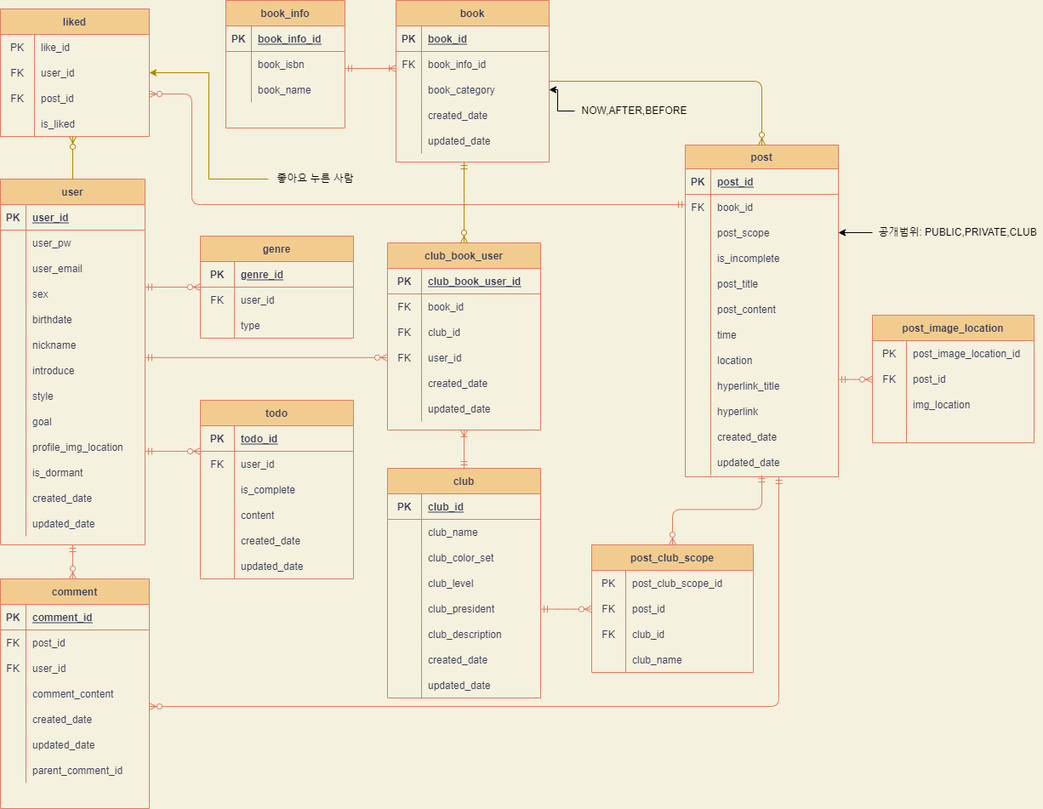
Before: mangpoERD.png, a diagram exported from draw.io (CYC0227/mangpo-ERD). Source tidied: cells renumbered, new cells last; positions are measured from the earlier drawing's top-left corner, leaving out a move shared by most shapes.
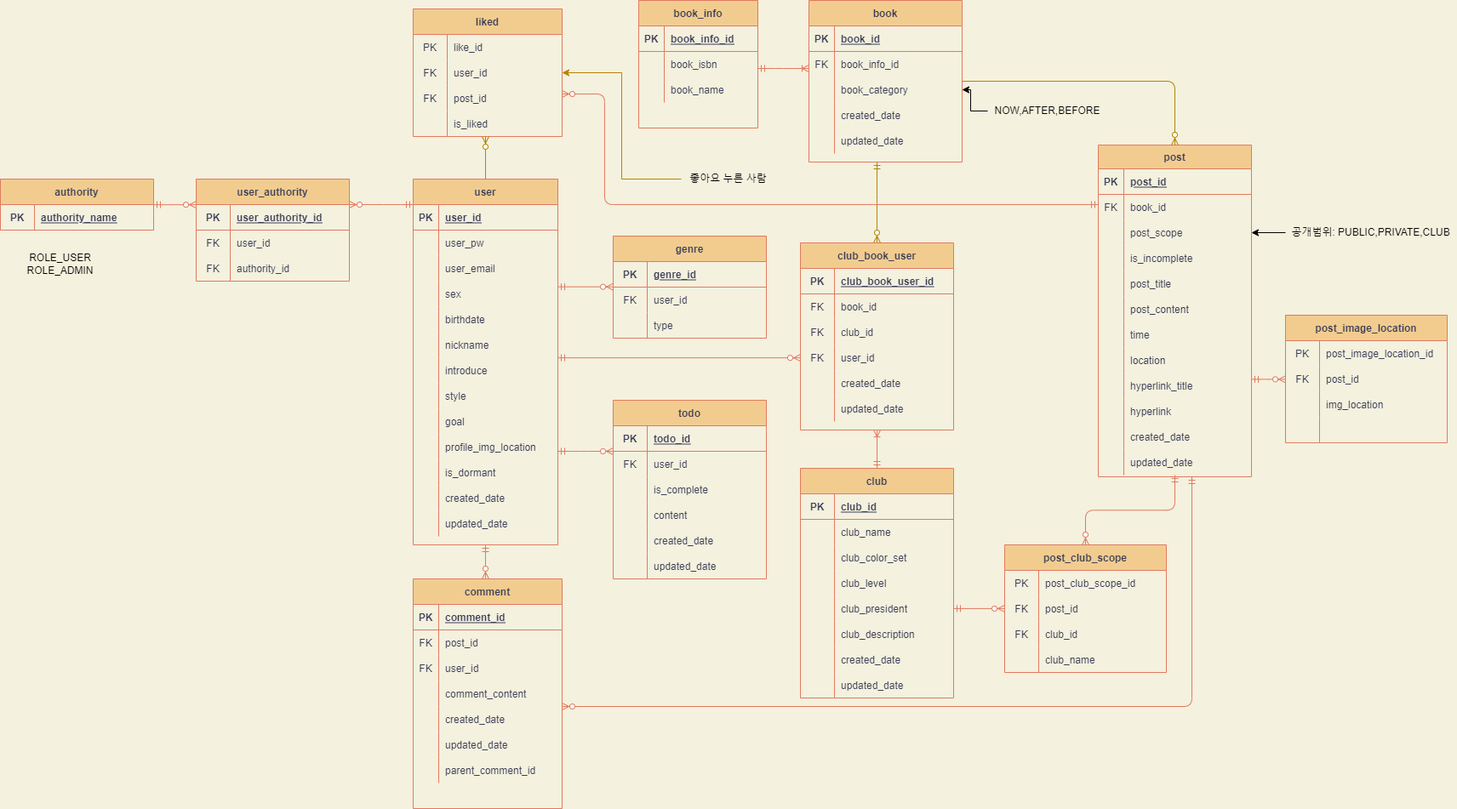
After the commit.

What changed in the source:
```diff
@@ -824,5 +824,60 @@
         </Array>
       </mxGeometry>
     </mxCell>
+    <mxCell id="259" value="authority" style="shape=table;startSize=30;rowLines=0;fontStyle=1;align=center;fillColor=#F2CC8F;strokeColor=#E07A5F;fontColor=#393C56;" parent="1" vertex="1">
+      <mxGeometry x="-485" y="210" width="180" height="60" as="geometry" />
+    </mxCell>
+    <mxCell id="260" style="shape=partialRectangle;fillColor=none;top=0;left=0;bottom=1;right=0;strokeColor=#E07A5F;fontColor=#393C56;" parent="259" vertex="1">
+      <mxGeometry y="30" width="180" height="30" as="geometry" />
+    </mxCell>
+    <mxCell id="261" value="PK" style="shape=partialRectangle;fillColor=none;top=0;left=0;bottom=0;right=0;fontStyle=1;overflow=hidden;strokeColor=#E07A5F;fontColor=#393C56;" parent="260" vertex="1">
+      <mxGeometry width="40" height="30" as="geometry" />
+    </mxCell>
+    <mxCell id="262" value="authority_name" style="shape=partialRectangle;fillColor=none;top=0;left=0;bottom=0;right=0;align=left;spacingLeft=6;fontStyle=5;overflow=hidden;strokeColor=#E07A5F;fontColor=#393C56;" parent="260" vertex="1">
+      <mxGeometry x="40" width="140" height="30" as="geometry" />
+    </mxCell>
+    <mxCell id="263" value="user_authority" style="shape=table;startSize=30;rowLines=0;fontStyle=1;align=center;fillColor=#F2CC8F;strokeColor=#E07A5F;fontColor=#393C56;" parent="1" vertex="1">
+      <mxGeometry x="-255" y="210" width="180" height="120" as="geometry" />
+    </mxCell>
+    <mxCell id="264" style="shape=partialRectangle;fillColor=none;top=0;left=0;bottom=1;right=0;strokeColor=#E07A5F;fontColor=#393C56;" parent="263" vertex="1">
+      <mxGeometry y="30" width="180" height="30" as="geometry" />
+    </mxCell>
+    <mxCell id="265" value="PK" style="shape=partialRectangle;fillColor=none;top=0;left=0;bottom=0;right=0;fontStyle=1;overflow=hidden;strokeColor=#E07A5F;fontColor=#393C56;" parent="264" vertex="1">
+      <mxGeometry width="40" height="30" as="geometry" />
+    </mxCell>
+    <mxCell id="266" value="user_authority_id" style="shape=partialRectangle;fillColor=none;top=0;left=0;bottom=0;right=0;align=left;spacingLeft=6;fontStyle=5;overflow=hidden;strokeColor=#E07A5F;fontColor=#393C56;" parent="264" vertex="1">
+      <mxGeometry x="40" width="140" height="30" as="geometry" />
+    </mxCell>
+    <mxCell id="267" style="shape=partialRectangle;fillColor=none;top=0;left=0;bottom=0;right=0;strokeColor=#E07A5F;fontColor=#393C56;" parent="263" vertex="1">
+      <mxGeometry y="60" width="180" height="30" as="geometry" />
+    </mxCell>
+    <mxCell id="268" value="FK" style="shape=partialRectangle;fillColor=none;top=0;left=0;bottom=0;right=0;overflow=hidden;strokeColor=#E07A5F;fontColor=#393C56;" parent="267" vertex="1">
+      <mxGeometry width="40" height="30" as="geometry" />
+    </mxCell>
+    <mxCell id="269" value="user_id" style="shape=partialRectangle;fillColor=none;top=0;left=0;bottom=0;right=0;align=left;spacingLeft=6;overflow=hidden;strokeColor=#E07A5F;fontColor=#393C56;" parent="267" vertex="1">
+      <mxGeometry x="40" width="140" height="30" as="geometry" />
+    </mxCell>
+    <mxCell id="270" style="shape=partialRectangle;fillColor=none;top=0;left=0;bottom=0;right=0;strokeColor=#E07A5F;fontColor=#393C56;" parent="263" vertex="1">
+      <mxGeometry y="90" width="180" height="30" as="geometry" />
+    </mxCell>
+    <mxCell id="271" value="FK" style="shape=partialRectangle;fillColor=none;top=0;left=0;bottom=0;right=0;overflow=hidden;strokeColor=#E07A5F;fontColor=#393C56;" parent="270" vertex="1">
+      <mxGeometry width="40" height="30" as="geometry" />
+    </mxCell>
+    <mxCell id="272" value="authority_id" style="shape=partialRectangle;fillColor=none;top=0;left=0;bottom=0;right=0;align=left;spacingLeft=6;overflow=hidden;strokeColor=#E07A5F;fontColor=#393C56;" parent="270" vertex="1">
+      <mxGeometry x="40" width="140" height="30" as="geometry" />
+    </mxCell>
+    <mxCell id="273" style="edgeStyle=elbowEdgeStyle;fontSize=12;html=1;endArrow=ERzeroToMany;startArrow=ERmandOne;strokeColor=#E07A5F;fontColor=#393C56;labelBackgroundColor=#F4F1DE;elbow=vertical;" parent="1" edge="1" source="259" target="263">
+      <mxGeometry relative="1" as="geometry" />
+    </mxCell>
+    <mxCell id="274" style="edgeStyle=elbowEdgeStyle;fontSize=12;html=1;endArrow=ERzeroToMany;startArrow=ERmandOne;strokeColor=#E07A5F;fontColor=#393C56;labelBackgroundColor=#F4F1DE;elbow=vertical;" parent="1" edge="1" source="2" target="263">
+      <mxGeometry relative="1" as="geometry">
+        <Array as="points">
+          <mxPoint x="-25" y="240" />
+        </Array>
+      </mxGeometry>
+    </mxCell>
+    <mxCell id="275" value="ROLE_USER&lt;br&gt;ROLE_ADMIN" style="text;html=1;align=center;verticalAlign=middle;strokeColor=none;fillColor=none;" parent="1" vertex="1">
+      <mxGeometry x="-460" y="295" width="90" height="30" as="geometry" />
+    </mxCell>
   </root>
 </mxGraphModel>
```
